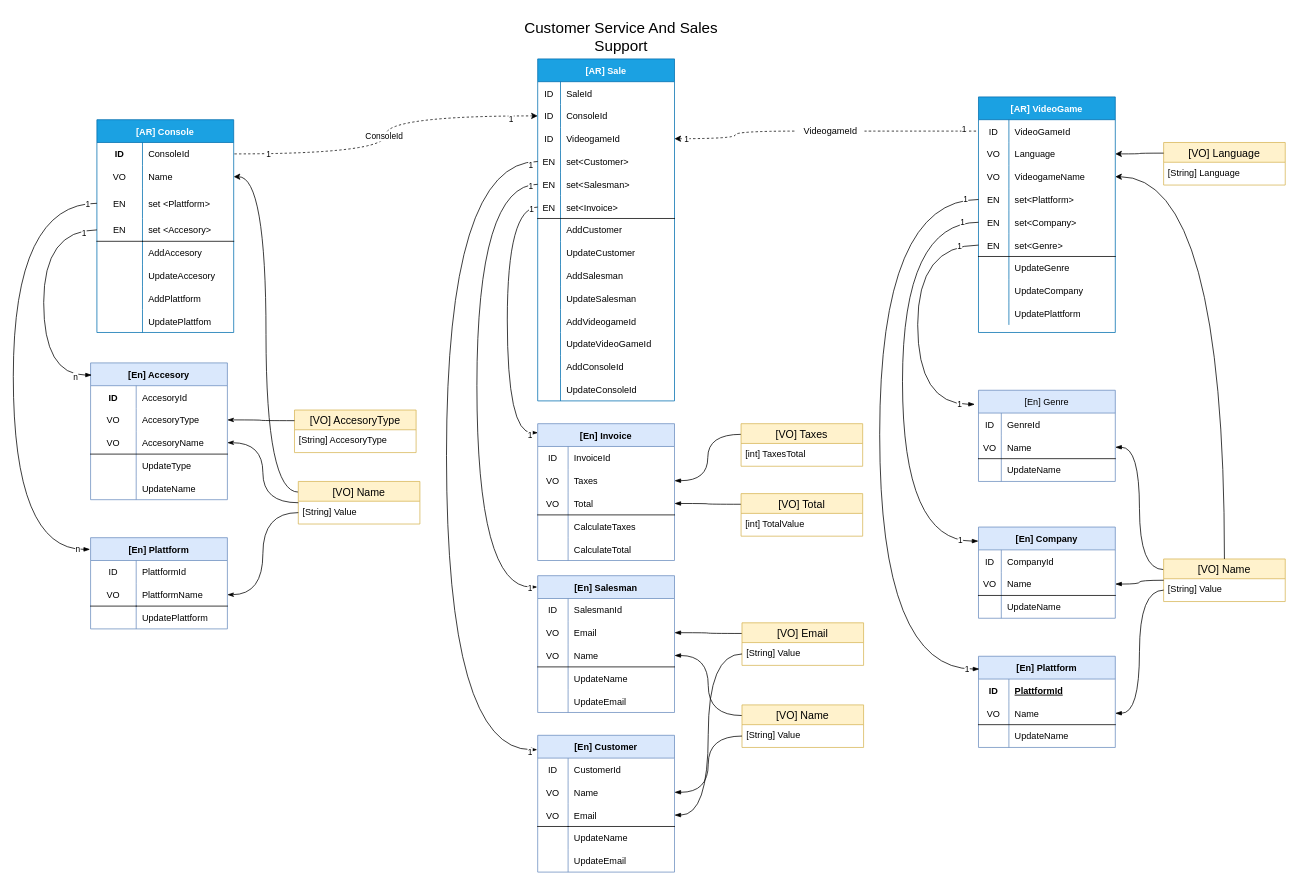
Above: page "DomainModel" (3 of 4) of Model Design/fase3.drawio in maxdarkx/DomainModel (draw.io), before the change. Source tidied: cells renumbered, new cells numbered last; positions are measured from the earlier drawing's top-left corner, leaving out a move shared by most shapes. Both pictures are drawn from the tidied source at 76%, with x=0, y=0 at pixel (13, 13).
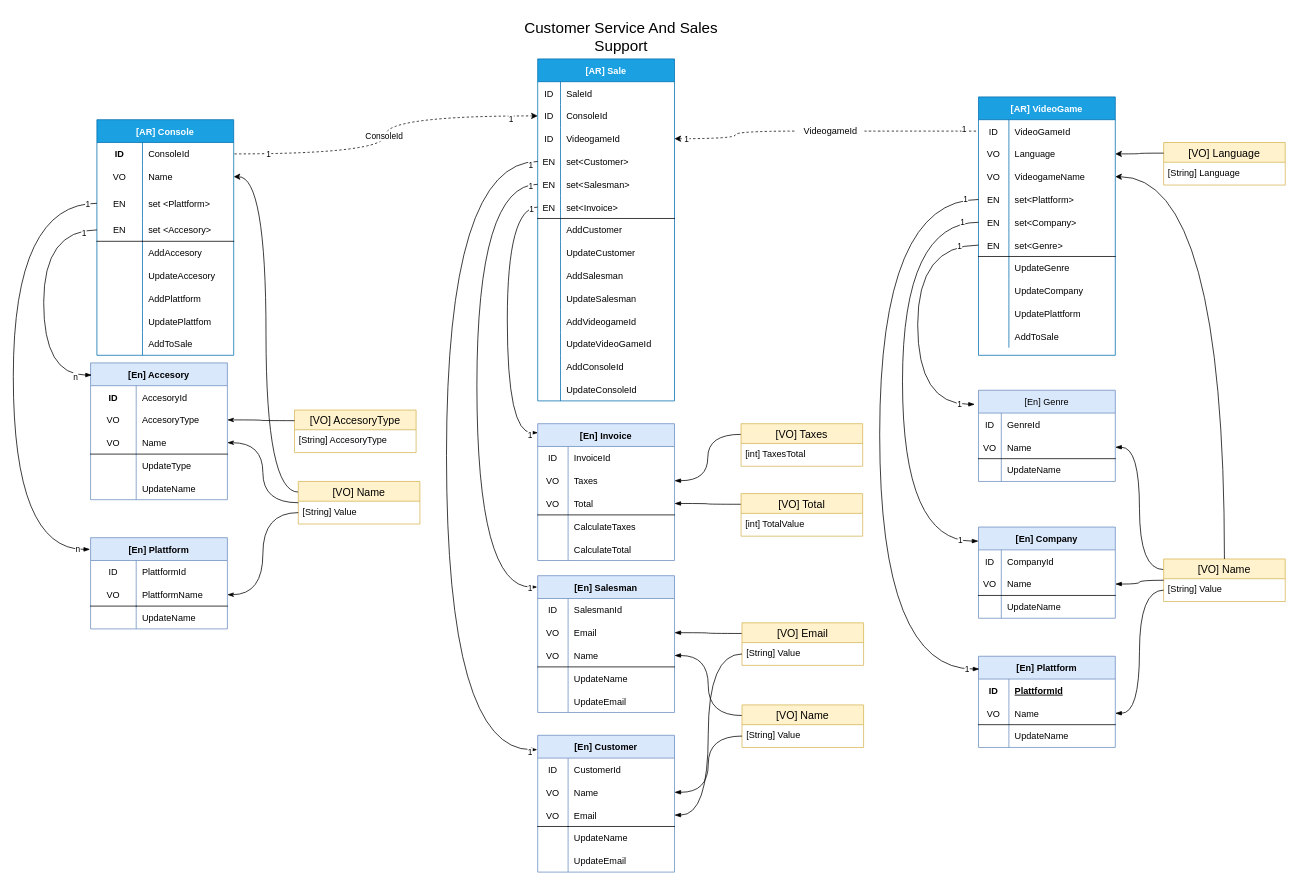
The same page after the edit.

Unchanged cells that the change refers to:
```xml
<mxCell id="106" style="shape=partialRectangle;fillColor=none;top=0;left=0;bottom=0;right=0;hachureGap=4;" parent="99" vertex="1">
  <mxGeometry y="90" width="180" height="30" as="geometry" />
</mxCell>
<mxCell id="116" style="shape=partialRectangle;fillColor=none;top=0;left=0;bottom=1;right=0;points=[[0,0.5],[1,0.5]];portConstraint=eastwest;hachureGap=4;" parent="109" vertex="1">
  <mxGeometry y="90" width="180" height="30" as="geometry" />
</mxCell>
```

Diff of the diagram source:
```diff
@@
     <mxCell id="3" value="[AR] Console" style="shape=table;startSize=30;childLayout=tableLayout;rowLines=0;fontStyle=1;align=center;hachureGap=4;fillColor=#1ba1e2;strokeColor=#006EAF;fontColor=#ffffff;" parent="1" vertex="1">
-      <mxGeometry x="110" y="140" width="180" height="280" as="geometry" />
+      <mxGeometry x="110" y="140" width="180" height="310" as="geometry" />
     </mxCell>
@@
+    <mxCell id="272" style="shape=partialRectangle;fillColor=none;top=0;left=0;bottom=0;right=0;" parent="3" vertex="1">
+      <mxGeometry y="280" width="180" height="30" as="geometry" />
+    </mxCell>
+    <mxCell id="273" style="shape=partialRectangle;fillColor=none;top=0;left=0;bottom=0;right=0;overflow=hidden;" parent="272" vertex="1">
+      <mxGeometry width="60" height="30" as="geometry" />
+    </mxCell>
+    <mxCell id="274" value="AddToSale" style="shape=partialRectangle;fillColor=none;top=0;left=0;bottom=0;right=0;align=left;spacingLeft=6;overflow=hidden;" parent="272" vertex="1">
+      <mxGeometry x="60" width="120" height="30" as="geometry" />
+    </mxCell>
@@
     <mxCell id="71" value="[AR] VideoGame" style="shape=table;startSize=30;childLayout=tableLayout;rowLines=0;fontStyle=1;align=center;hachureGap=4;fillColor=#1ba1e2;strokeColor=#006EAF;fontColor=#ffffff;" parent="1" vertex="1">
-      <mxGeometry x="1270" y="110" width="180" height="310" as="geometry" />
+      <mxGeometry x="1270" y="110" width="180" height="340" as="geometry" />
     </mxCell>
@@
+    <mxCell id="275" style="shape=partialRectangle;fillColor=none;top=0;left=0;bottom=0;right=0;" parent="71" vertex="1">
+      <mxGeometry y="300" width="180" height="30" as="geometry" />
+    </mxCell>
+    <mxCell id="276" style="shape=partialRectangle;fillColor=none;top=0;left=0;bottom=0;right=0;overflow=hidden;" parent="275" vertex="1">
+      <mxGeometry width="40" height="30" as="geometry" />
+    </mxCell>
+    <mxCell id="277" value="AddToSale" style="shape=partialRectangle;fillColor=none;top=0;left=0;bottom=0;right=0;align=left;spacingLeft=6;overflow=hidden;" parent="275" vertex="1">
+      <mxGeometry x="40" width="140" height="30" as="geometry" />
+    </mxCell>
@@
-    <mxCell id="108" value="UpdatePlattform" style="shape=partialRectangle;fillColor=none;top=0;left=0;bottom=0;right=0;align=left;spacingLeft=6;overflow=hidden;" parent="106" vertex="1">
+    <mxCell id="108" value="UpdateName" style="shape=partialRectangle;fillColor=none;top=0;left=0;bottom=0;right=0;align=left;spacingLeft=6;overflow=hidden;" parent="106" vertex="1">
       <mxGeometry x="60" width="120" height="30" as="geometry" />
     </mxCell>
@@
-    <mxCell id="118" value="AccesoryName" style="shape=partialRectangle;fillColor=none;top=0;left=0;bottom=0;right=0;align=left;spacingLeft=6;overflow=hidden;" parent="116" vertex="1">
+    <mxCell id="118" value="Name" style="shape=partialRectangle;fillColor=none;top=0;left=0;bottom=0;right=0;align=left;spacingLeft=6;overflow=hidden;" parent="116" vertex="1">
       <mxGeometry x="60" width="120" height="30" as="geometry" />
     </mxCell>
```
